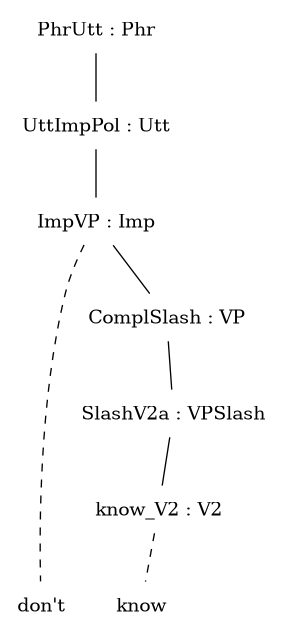
The Graphviz diagram src/_grphp_2.png in msyds/gf-rgl, before a commit. Its source is kept beside it as src/_grphp_2.dot.
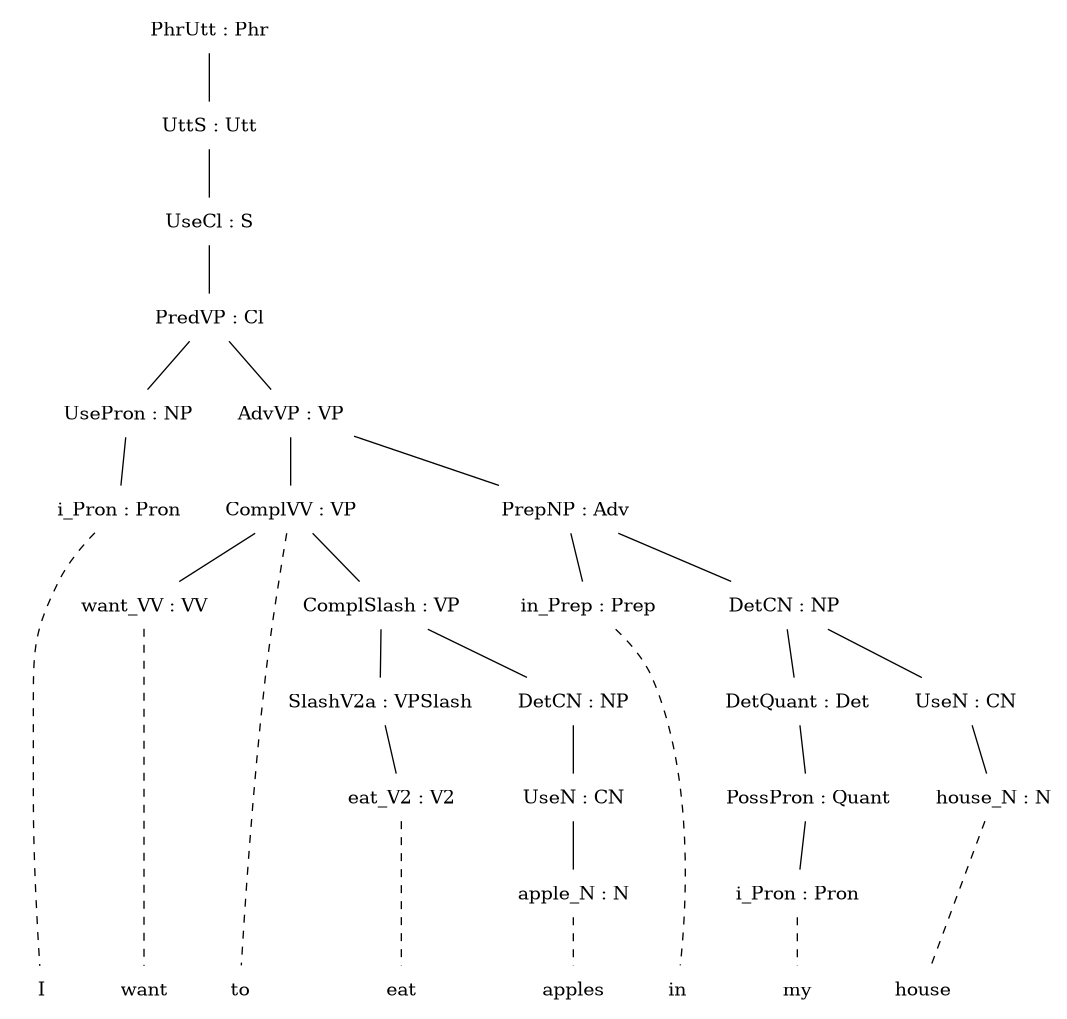
After the change.

The edit, as a diff of the source:
```diff
@@ -1,42 +1,112 @@
 graph {
 edge[style="solid"]; node[shape="plaintext"];
 subgraph {rank=same;
-  n12[label="PhrUtt : Phr"];
+  n32[label="PhrUtt : Phr"];
 }
 
 subgraph {rank=same;
-  n10[label="UttImpPol : Utt"];
+  n30[label="UttS : Utt"];
 }
-n12 -- n10;
+n32 -- n30;
 
 subgraph {rank=same;
-  n9[label="ImpVP : Imp"];
+  n29[label="UseCl : S"];
 }
-n10 -- n9;
+n30 -- n29;
 
 subgraph {rank=same;
-  n8[label="ComplSlash : VP"];
+  n28[label="PredVP : Cl"];
+}
+n29 -- n28;
+
+subgraph {rank=same;
+  n6[label="UsePron : NP"];
+  n27[label="AdvVP : VP"];
+  edge[style="invis"];
+  n6  --  n27 ;
+}
+n28 -- n6;
+n28 -- n27;
+
+subgraph {rank=same;
+  n5[label="i_Pron : Pron"];
+  n17[label="ComplVV : VP"];
+  n26[label="PrepNP : Adv"];
+  edge[style="invis"];
+  n5  --  n17  --  n26 ;
+}
+n6 -- n5;
+n27 -- n17;
+n27 -- n26;
+
+subgraph {rank=same;
+  n7[label="want_VV : VV"];
+  n16[label="ComplSlash : VP"];
+  n18[label="in_Prep : Prep"];
+  n25[label="DetCN : NP"];
+  edge[style="invis"];
+  n7  --  n16  --  n18  --  n25 ;
+}
+n17 -- n7;
+n17 -- n16;
+n26 -- n18;
+n26 -- n25;
+
+subgraph {rank=same;
+  n9[label="SlashV2a : VPSlash"];
+  n15[label="DetCN : NP"];
+  n22[label="DetQuant : Det"];
+  n24[label="UseN : CN"];
+  edge[style="invis"];
+  n9  --  n15  --  n22  --  n24 ;
+}
+n16 -- n9;
+n16 -- n15;
+n25 -- n22;
+n25 -- n24;
+
+subgraph {rank=same;
+  n8[label="eat_V2 : V2"];
+  n14[label="UseN : CN"];
+  n20[label="PossPron : Quant"];
+  n23[label="house_N : N"];
+  edge[style="invis"];
+  n8  --  n14  --  n20  --  n23 ;
 }
 n9 -- n8;
+n15 -- n14;
+n22 -- n20;
+n24 -- n23;
 
 subgraph {rank=same;
-  n3[label="SlashV2a : VPSlash"];
+  n13[label="apple_N : N"];
+  n19[label="i_Pron : Pron"];
+  edge[style="invis"];
+  n13  --  n19 ;
 }
-n8 -- n3;
-
-subgraph {rank=same;
-  n2[label="know_V2 : V2"];
-}
-n3 -- n2;
+n14 -- n13;
+n20 -- n19;
 
 edge[style="dashed"]; node[shape="plaintext"];
 subgraph {rank=same;
-  n100000[label="don't"];
-  n100001[label="know"];
+  n100000[label="I"];
+  n100001[label="want"];
+  n100002[label="to"];
+  n100003[label="eat"];
+  n100004[label="apples"];
+  n100005[label="in"];
+  n100006[label="my"];
+  n100007[label="house"];
   edge[style="invis"];
-  n100000  --  n100001 ;
+  n100000  --  n100001  --  n100002  --  n100003  --  n100004  --  n100005  --  n100006  --  n100007 ;
 }
-n9 -- n100000;
-n2 -- n100001;
+n5 -- n100000;
+n7 -- n100001;
+n17 -- n100002;
+n8 -- n100003;
+n13 -- n100004;
+n18 -- n100005;
+n19 -- n100006;
+n23 -- n100007;
 
 }
```
